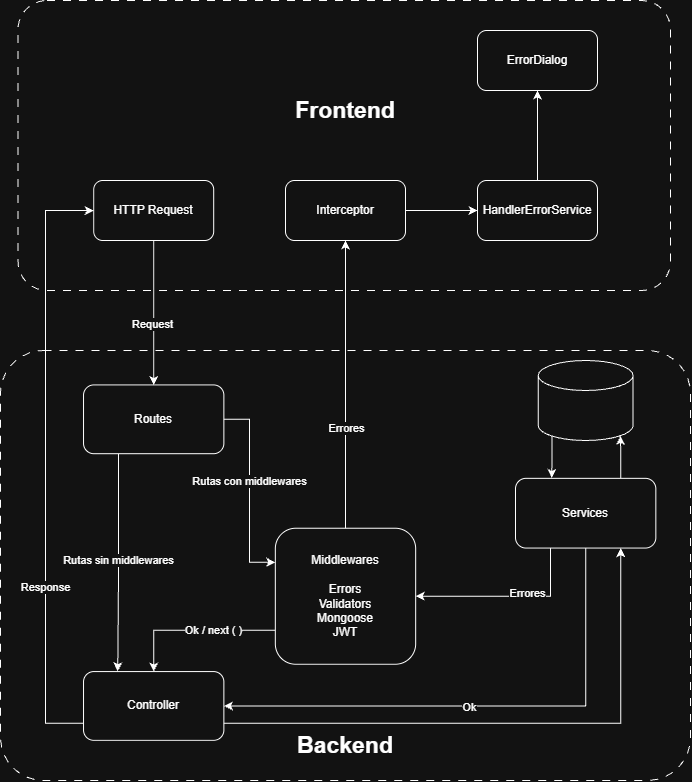
This is assets/images/ManejoDeErrores.png from Diplomatura-Full-Stack-Developer/Node-TFI-Backend, a draw.io export, as it was before one commit. Source tidied: cells renumbered, new cells last; positions are measured from the earlier drawing's top-left corner, leaving out a move shared by most shapes.
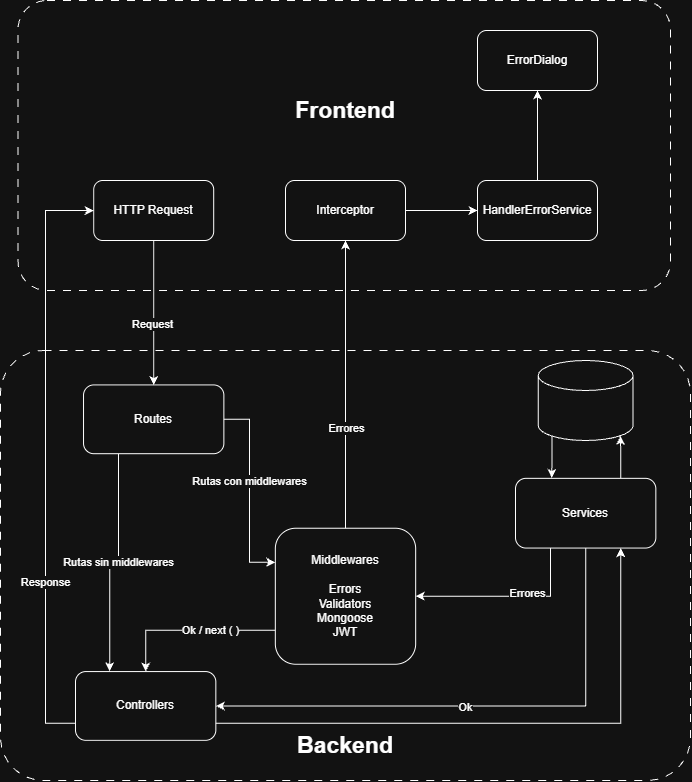
After the change.

The edit, as a diff of the source:
```diff
@@ -8,8 +8,8 @@
     <mxCell id="3" style="edgeStyle=orthogonalEdgeStyle;rounded=0;jettySize=auto;html=1;exitX=1;exitY=0.75;exitDx=0;exitDy=0;entryX=0.75;entryY=1;entryDx=0;entryDy=0;" parent="2" edge="1" source="4" target="12">
       <mxGeometry relative="1" as="geometry" />
     </mxCell>
-    <mxCell id="4" value="Controller" style="rounded=1;whiteSpace=wrap;html=1;" parent="2" vertex="1">
-      <mxGeometry x="83" y="321.1" width="140.3" height="68.8" as="geometry" />
+    <mxCell id="4" value="Controllers" style="rounded=1;whiteSpace=wrap;html=1;" parent="2" vertex="1">
+      <mxGeometry x="75" y="321.1" width="140.3" height="68.8" as="geometry" />
     </mxCell>
     <mxCell id="5" style="edgeStyle=orthogonalEdgeStyle;rounded=0;jettySize=auto;html=1;exitX=0;exitY=0.75;exitDx=0;exitDy=0;entryX=0.5;entryY=0;entryDx=0;entryDy=0;" parent="2" edge="1" source="7" target="4">
       <mxGeometry relative="1" as="geometry" />
```
